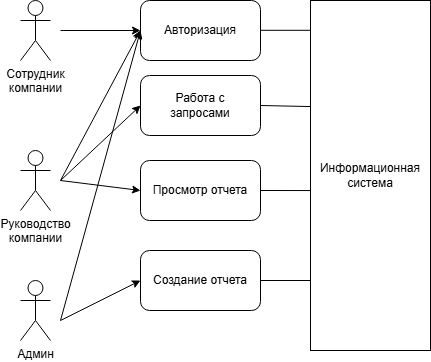
Earlier version of the draw.io export media/1 Варианты использования.drawio.png (Maxorella/db_coursework). Source tidied: cells renumbered, new cells last; positions are measured from the earlier drawing's top-left corner, leaving out a move shared by most shapes.
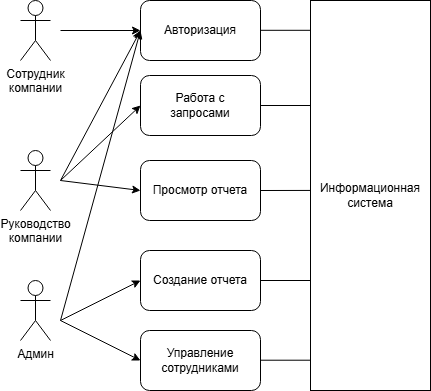
After the change.

The edit, as a diff of the source:
```diff
@@ -47,7 +47,7 @@
       </mxGeometry>
     </mxCell>
     <mxCell id="13" value="Информационная&lt;div&gt;система&lt;/div&gt;" style="rounded=0;whiteSpace=wrap;html=1;" parent="1" vertex="1">
-      <mxGeometry x="290" width="120" height="350" as="geometry" />
+      <mxGeometry x="290" width="120" height="390" as="geometry" />
     </mxCell>
     <mxCell id="14" style="endArrow=none;html=1;rounded=0;exitX=1;exitY=0.5;exitDx=0;exitDy=0;" parent="1" edge="1" source="7">
       <mxGeometry relative="1" as="geometry">
@@ -68,11 +68,27 @@
         <mxPoint x="40" y="180" as="sourcePoint" />
       </mxGeometry>
     </mxCell>
-    <mxCell id="18" style="endArrow=none;html=1;rounded=0;exitX=1;exitY=0.5;exitDx=0;exitDy=0;entryX=0;entryY=0.543;entryDx=0;entryDy=0;entryPerimeter=0;" parent="1" edge="1" source="16" target="13">
+    <mxCell id="18" style="endArrow=none;html=1;rounded=0;exitX=1;exitY=0.5;exitDx=0;exitDy=0;entryX=-0.001;entryY=0.487;entryDx=0;entryDy=0;entryPerimeter=0;" parent="1" edge="1" source="16" target="13">
       <mxGeometry relative="1" as="geometry" />
     </mxCell>
-    <mxCell id="19" style="endArrow=none;html=1;rounded=0;exitX=1;exitY=0.5;exitDx=0;exitDy=0;entryX=-0.004;entryY=0.303;entryDx=0;entryDy=0;entryPerimeter=0;" parent="1" edge="1" source="6" target="13">
-      <mxGeometry relative="1" as="geometry" />
+    <mxCell id="19" style="endArrow=none;html=1;rounded=0;exitX=1;exitY=0.5;exitDx=0;exitDy=0;" parent="1" edge="1" source="6">
+      <mxGeometry relative="1" as="geometry">
+        <mxPoint x="290" y="105" as="targetPoint" />
+      </mxGeometry>
     </mxCell>
+    <mxCell id="20" value="Управление сотрудниками" style="rounded=1;whiteSpace=wrap;html=1;" parent="1" vertex="1">
+      <mxGeometry x="120" y="330" width="120" height="60" as="geometry" />
+    </mxCell>
+    <mxCell id="21" style="endArrow=classic;html=1;rounded=0;entryX=0;entryY=0.5;entryDx=0;entryDy=0;" parent="1" edge="1" target="20">
+      <mxGeometry relative="1" as="geometry">
+        <mxPoint x="40" y="320" as="sourcePoint" />
+      </mxGeometry>
+    </mxCell>
+    <mxCell id="22" style="endArrow=none;html=1;rounded=0;exitX=1;exitY=0.5;exitDx=0;exitDy=0;" parent="1" edge="1">
+      <mxGeometry relative="1" as="geometry">
+        <mxPoint x="240" y="359.7" as="sourcePoint" />
+        <mxPoint x="290" y="359.7" as="targetPoint" />
+      </mxGeometry>
+    </mxCell>
   </root>
 </mxGraphModel>
```
